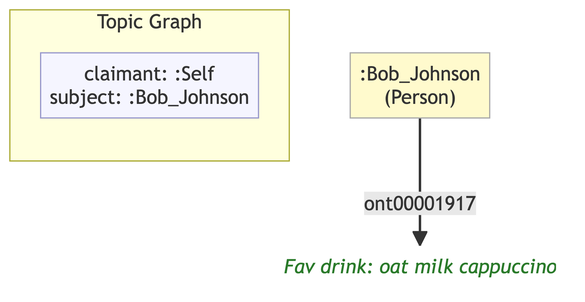
Above: example/graphs/images/graph-04.png in MeeFoundation/mia-ontologies (Mermaid), before the change. Its source is kept beside it as example/graphs/images/graph-04.mmd.
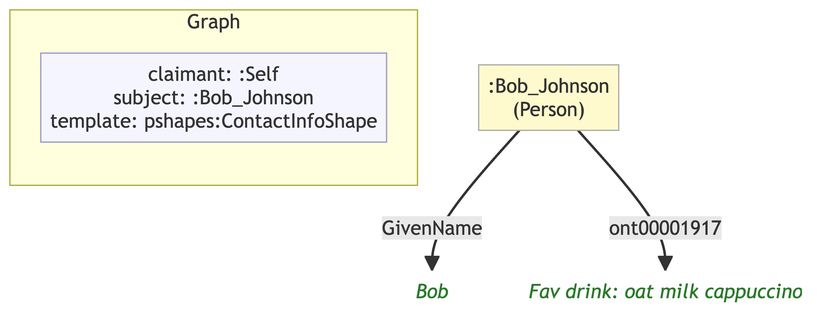
Later version of the same file.

What changed in the source:
```diff
@@ -1,16 +1,17 @@
 flowchart TD
     classDef person fill:#fffacd,stroke:#aaa,color:#333
-    classDef grp    fill:#d4edda,stroke:#aaa,color:#333
     classDef org    fill:#cce5ff,stroke:#aaa,color:#333
     classDef lit    fill:none,stroke:none,font-style:italic,color:#2a7a2a
     classDef meta   fill:#f5f5ff,stroke:#9999cc,color:#333
 
-    subgraph ctx["Topic Graph"]
+    subgraph ctx["Graph"]
         direction LR
-        ctx_meta["claimant: :Self\nsubject: :Bob_Johnson"]:::meta
+        ctx_meta["claimant: :Self\nsubject: :Bob_Johnson\ntemplate: pshapes:ContactInfoShape"]:::meta
     end
 
     n166b15bd501b[":Bob_Johnson\n(Person)"]:::person
-    n2ec4a27ef49c("Fav drink: oat milk cappuccino"):::lit
+    n011cec291d7f("Bob"):::lit
+    n01ebbb83950b("Fav drink: oat milk cappuccino"):::lit
 
-    n166b15bd501b -->|"ont00001917"| n2ec4a27ef49c
+    n166b15bd501b -->|"GivenName"| n011cec291d7f
+    n166b15bd501b -->|"ont00001917"| n01ebbb83950b
```
